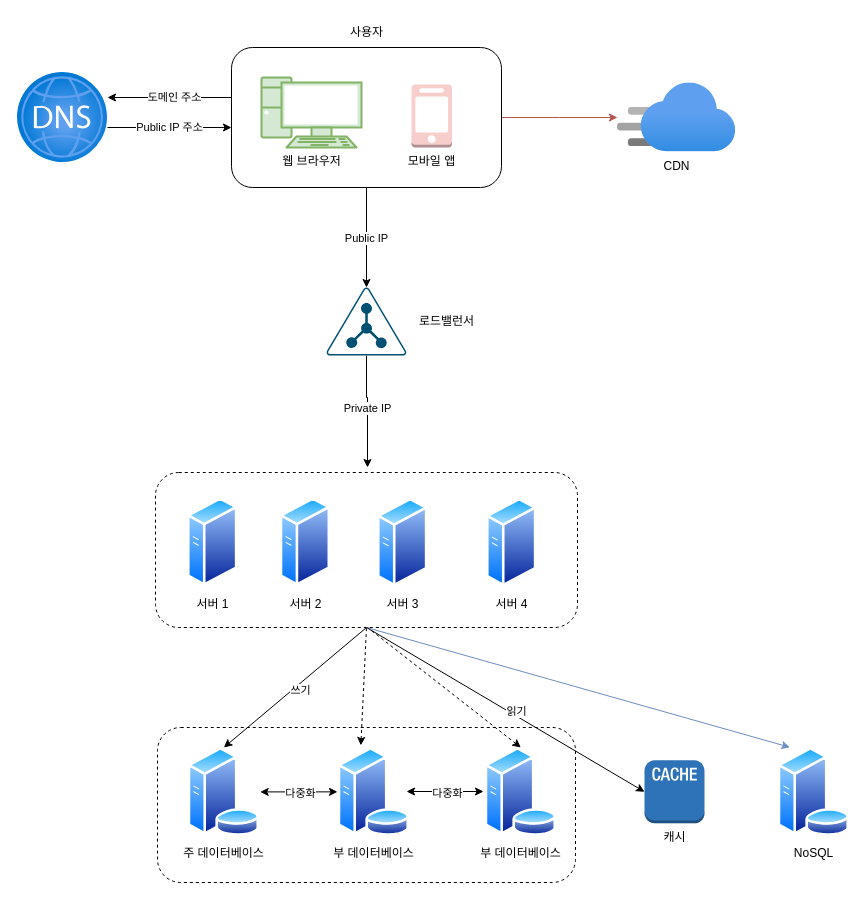
Earlier version of the draw.io diagram 무상태-CDN-캐시-로드밸런스-데이터베이스-다중화.drawio (aquaheyday/Drawio). Source tidied: cells renumbered, new cells numbered last; positions are measured from the earlier drawing's top-left corner, leaving out a move shared by most shapes. Both pictures are drawn from the tidied source at 100%, with x=0, y=0 at pixel (17, 17).
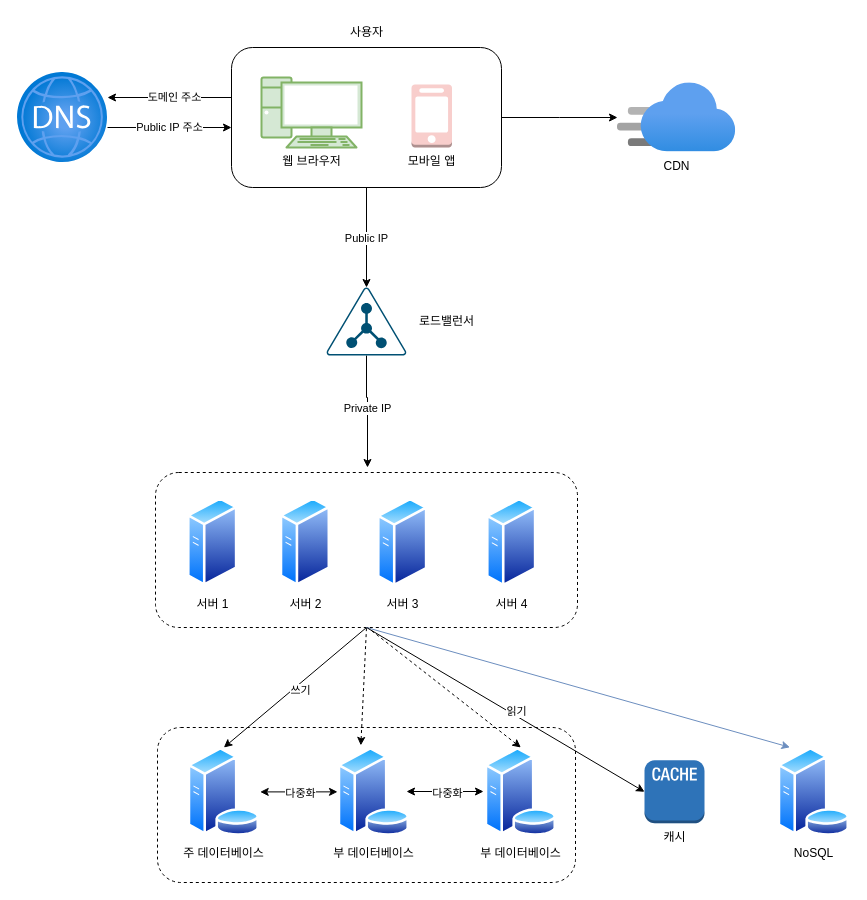
After the change.

Commit message (it also covers changes not shown here):
무상태-CDN-캐시-로드밸런스-데이터베이스-다중화.drawio 업데이트

Unchanged cells that the change refers to:
```xml
<mxCell id="9" style="rounded=1;whiteSpace=wrap;html=1;" parent="1" vertex="1">
  <mxGeometry x="214" y="30" width="270" height="140" as="geometry" />
</mxCell>
<mxCell id="28" value="CDN" style="image;html=1;points=[];align=center;fontSize=12;image=img/lib/azure2/app_services/CDN_Profiles.svg;" parent="1" vertex="1">
  <mxGeometry x="600" y="65.2" width="118.2" height="69.5" as="geometry" />
</mxCell>
```

Diff of the diagram source:
```diff
@@
-    <mxCell id="8" style="edgeStyle=orthogonalEdgeStyle;rounded=0;jettySize=auto;html=1;fillColor=#f8cecc;strokeColor=#b85450;" parent="1" edge="1" source="9" target="28">
+    <mxCell id="8" style="edgeStyle=orthogonalEdgeStyle;rounded=0;jettySize=auto;html=1;fillColor=#f8cecc;strokeColor=#000000;" parent="1" edge="1" source="9" target="28">
       <mxGeometry relative="1" as="geometry" />
     </mxCell>
```
